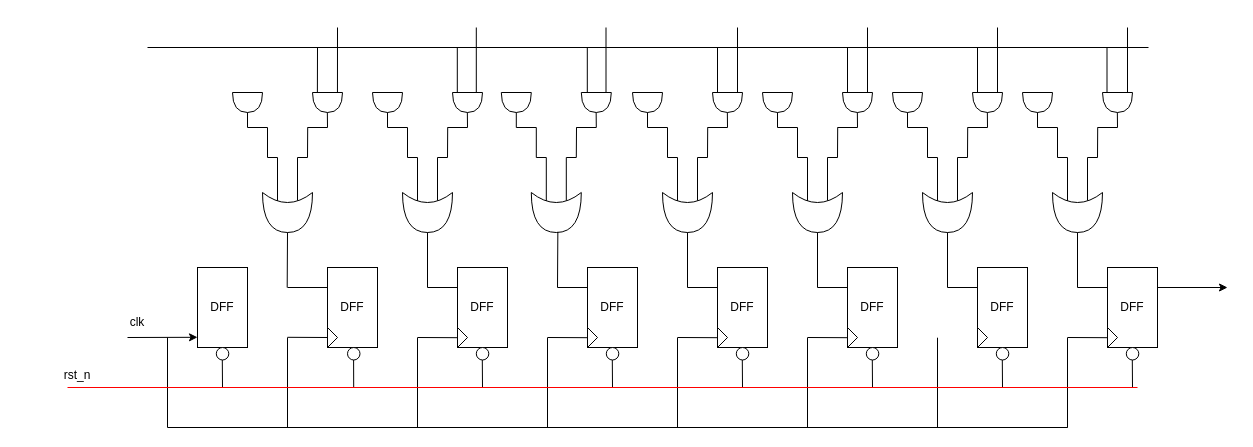
106210049/SIPO_PISO keeps this draw.io diagram as page "PISO" (3 of 4) of Untitled Diagram.drawio. Above is the earlier version. Source tidied: cells renumbered, new cells numbered last; positions are measured from the earlier drawing's top-left corner, leaving out a move shared by most shapes. Both pictures are drawn from the tidied source at 100%, with x=0, y=0 at pixel (47, 27).
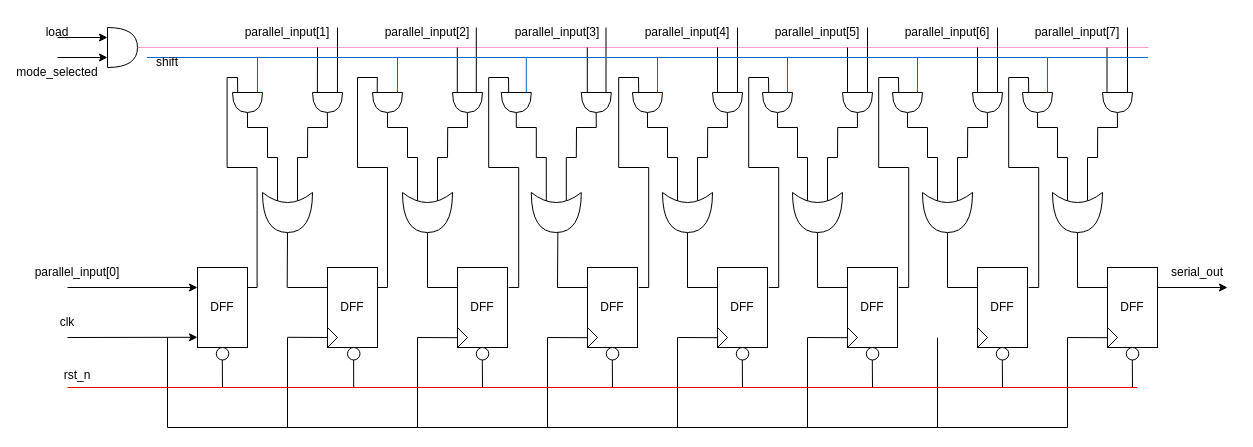
Above is the later version.

The change refers to these unchanged cells:
```xml
<mxCell id="65" style="shape=or;whiteSpace=wrap;html=1;strokeColor=default;align=center;verticalAlign=middle;fontFamily=Helvetica;fontSize=12;fontColor=default;fillColor=default;rotation=90;" parent="1" vertex="1">
  <mxGeometry x="190" y="60" width="20" height="30" as="geometry" />
</mxCell>
<mxCell id="78" style="shape=or;whiteSpace=wrap;html=1;strokeColor=default;align=center;verticalAlign=middle;fontFamily=Helvetica;fontSize=12;fontColor=default;fillColor=default;rotation=90;" parent="1" vertex="1">
  <mxGeometry x="330" y="60" width="20" height="30" as="geometry" />
</mxCell>
```

The edit, as a diff of the source:
```diff
@@
     <mxCell id="18" style="endArrow=classic;html=1;rounded=0;" parent="1" edge="1">
       <mxGeometry relative="1" as="geometry">
-        <mxPoint x="80" y="310" as="sourcePoint" />
+        <mxPoint x="20" y="310" as="sourcePoint" />
         <mxPoint x="150" y="309.8" as="targetPoint" />
       </mxGeometry>
     </mxCell>
@@
     <mxCell id="31" value="clk" style="text;strokeColor=none;align=center;fillColor=none;html=1;verticalAlign=middle;whiteSpace=wrap;rounded=0;" parent="1" vertex="1">
-      <mxGeometry x="60" y="280" width="60" height="30" as="geometry" />
+      <mxGeometry x="-10" y="280" width="60" height="30" as="geometry" />
     </mxCell>
@@
-    <mxCell id="145" style="endArrow=none;html=1;rounded=0;fontFamily=Helvetica;fontSize=12;fontColor=default;" parent="1" edge="1">
+    <mxCell id="145" style="endArrow=none;html=1;rounded=0;fontFamily=Helvetica;fontSize=12;fontColor=default;exitX=1;exitY=0.5;exitDx=0;exitDy=0;exitPerimeter=0;strokeColor=#FF99CC;" parent="1" edge="1" source="225">
       <mxGeometry relative="1" as="geometry">
-        <mxPoint x="100" y="20" as="sourcePoint" />
         <mxPoint x="1101" y="20" as="targetPoint" />
       </mxGeometry>
     </mxCell>
@@
+    <mxCell id="173" style="endArrow=none;html=1;rounded=0;fontFamily=Helvetica;fontSize=12;fontColor=default;strokeColor=#0066CC;" parent="1" edge="1">
+      <mxGeometry relative="1" as="geometry">
+        <mxPoint x="99.5" y="30" as="sourcePoint" />
+        <mxPoint x="1100.5" y="30" as="targetPoint" />
+      </mxGeometry>
+    </mxCell>
+    <mxCell id="174" style="endArrow=none;html=1;rounded=0;fontFamily=Helvetica;fontSize=12;fontColor=default;" parent="1" edge="1">
+      <mxGeometry relative="1" as="geometry">
+        <mxPoint x="330" y="260" as="sourcePoint" />
+        <mxPoint x="340" y="260" as="targetPoint" />
+      </mxGeometry>
+    </mxCell>
+    <mxCell id="175" style="endArrow=none;html=1;rounded=0;fontFamily=Helvetica;fontSize=12;fontColor=default;" parent="1" edge="1">
+      <mxGeometry relative="1" as="geometry">
+        <mxPoint x="340" y="260" as="sourcePoint" />
+        <mxPoint x="340" y="140" as="targetPoint" />
+      </mxGeometry>
+    </mxCell>
+    <mxCell id="176" style="endArrow=none;html=1;rounded=0;fontFamily=Helvetica;fontSize=12;fontColor=default;" parent="1" edge="1">
+      <mxGeometry relative="1" as="geometry">
+        <mxPoint x="310" y="140" as="sourcePoint" />
+        <mxPoint x="340" y="140" as="targetPoint" />
+      </mxGeometry>
+    </mxCell>
+    <mxCell id="177" style="endArrow=none;html=1;rounded=0;fontFamily=Helvetica;fontSize=12;fontColor=default;" parent="1" edge="1">
+      <mxGeometry relative="1" as="geometry">
+        <mxPoint x="310" y="140" as="sourcePoint" />
+        <mxPoint x="310" y="50" as="targetPoint" />
+      </mxGeometry>
+    </mxCell>
+    <mxCell id="178" style="endArrow=none;html=1;rounded=0;fontFamily=Helvetica;fontSize=12;fontColor=default;" parent="1" edge="1">
+      <mxGeometry relative="1" as="geometry">
+        <mxPoint x="310" y="50" as="sourcePoint" />
+        <mxPoint x="330" y="50" as="targetPoint" />
+      </mxGeometry>
+    </mxCell>
+    <mxCell id="179" style="endArrow=none;html=1;rounded=0;fontFamily=Helvetica;fontSize=12;fontColor=default;exitX=-0.008;exitY=0.843;exitDx=0;exitDy=0;exitPerimeter=0;" parent="1" edge="1" source="78">
+      <mxGeometry relative="1" as="geometry">
+        <mxPoint x="329.8" y="50" as="targetPoint" />
+      </mxGeometry>
+    </mxCell>
+    <mxCell id="180" style="endArrow=none;html=1;rounded=0;fontFamily=Helvetica;fontSize=12;fontColor=default;" parent="1" edge="1">
+      <mxGeometry relative="1" as="geometry">
+        <mxPoint x="461.2" y="260" as="sourcePoint" />
+        <mxPoint x="471.2" y="260" as="targetPoint" />
+      </mxGeometry>
+    </mxCell>
+    <mxCell id="181" style="endArrow=none;html=1;rounded=0;fontFamily=Helvetica;fontSize=12;fontColor=default;" parent="1" edge="1">
+      <mxGeometry relative="1" as="geometry">
+        <mxPoint x="471.2" y="260" as="sourcePoint" />
+        <mxPoint x="471.2" y="140" as="targetPoint" />
+      </mxGeometry>
+    </mxCell>
+    <mxCell id="182" style="endArrow=none;html=1;rounded=0;fontFamily=Helvetica;fontSize=12;fontColor=default;" parent="1" edge="1">
+      <mxGeometry relative="1" as="geometry">
+        <mxPoint x="441.2" y="140" as="sourcePoint" />
+        <mxPoint x="471.2" y="140" as="targetPoint" />
+      </mxGeometry>
+    </mxCell>
+    <mxCell id="183" style="endArrow=none;html=1;rounded=0;fontFamily=Helvetica;fontSize=12;fontColor=default;" parent="1" edge="1">
+      <mxGeometry relative="1" as="geometry">
+        <mxPoint x="441.2" y="140" as="sourcePoint" />
+        <mxPoint x="441.2" y="50" as="targetPoint" />
+      </mxGeometry>
+    </mxCell>
+    <mxCell id="184" style="endArrow=none;html=1;rounded=0;fontFamily=Helvetica;fontSize=12;fontColor=default;" parent="1" edge="1">
+      <mxGeometry relative="1" as="geometry">
+        <mxPoint x="441.2" y="50" as="sourcePoint" />
+        <mxPoint x="461.2" y="50" as="targetPoint" />
+      </mxGeometry>
+    </mxCell>
+    <mxCell id="185" style="endArrow=none;html=1;rounded=0;fontFamily=Helvetica;fontSize=12;fontColor=default;exitX=-0.008;exitY=0.843;exitDx=0;exitDy=0;exitPerimeter=0;" parent="1" edge="1">
+      <mxGeometry relative="1" as="geometry">
+        <mxPoint x="461.2" y="65" as="sourcePoint" />
+        <mxPoint x="461" y="50" as="targetPoint" />
+      </mxGeometry>
+    </mxCell>
+    <mxCell id="186" style="endArrow=none;html=1;rounded=0;fontFamily=Helvetica;fontSize=12;fontColor=default;" parent="1" edge="1">
+      <mxGeometry relative="1" as="geometry">
+        <mxPoint x="591.2" y="260" as="sourcePoint" />
+        <mxPoint x="601.2" y="260" as="targetPoint" />
+      </mxGeometry>
+    </mxCell>
+    <mxCell id="187" style="endArrow=none;html=1;rounded=0;fontFamily=Helvetica;fontSize=12;fontColor=default;" parent="1" edge="1">
+      <mxGeometry relative="1" as="geometry">
+        <mxPoint x="601.2" y="260" as="sourcePoint" />
+        <mxPoint x="601.2" y="140" as="targetPoint" />
+      </mxGeometry>
+    </mxCell>
+    <mxCell id="188" style="endArrow=none;html=1;rounded=0;fontFamily=Helvetica;fontSize=12;fontColor=default;" parent="1" edge="1">
+      <mxGeometry relative="1" as="geometry">
+        <mxPoint x="571.2" y="140" as="sourcePoint" />
+        <mxPoint x="601.2" y="140" as="targetPoint" />
+      </mxGeometry>
+    </mxCell>
+    <mxCell id="189" style="endArrow=none;html=1;rounded=0;fontFamily=Helvetica;fontSize=12;fontColor=default;" parent="1" edge="1">
+      <mxGeometry relative="1" as="geometry">
+        <mxPoint x="571.2" y="140" as="sourcePoint" />
+        <mxPoint x="571.2" y="50" as="targetPoint" />
+      </mxGeometry>
+    </mxCell>
+    <mxCell id="190" style="endArrow=none;html=1;rounded=0;fontFamily=Helvetica;fontSize=12;fontColor=default;" parent="1" edge="1">
+      <mxGeometry relative="1" as="geometry">
+        <mxPoint x="571.2" y="50" as="sourcePoint" />
+        <mxPoint x="591.2" y="50" as="targetPoint" />
+      </mxGeometry>
+    </mxCell>
+    <mxCell id="191" style="endArrow=none;html=1;rounded=0;fontFamily=Helvetica;fontSize=12;fontColor=default;exitX=-0.008;exitY=0.843;exitDx=0;exitDy=0;exitPerimeter=0;" parent="1" edge="1">
+      <mxGeometry relative="1" as="geometry">
+        <mxPoint x="591.2" y="65" as="sourcePoint" />
+        <mxPoint x="591" y="50" as="targetPoint" />
+      </mxGeometry>
+    </mxCell>
+    <mxCell id="192" style="endArrow=none;html=1;rounded=0;fontFamily=Helvetica;fontSize=12;fontColor=default;" parent="1" edge="1">
+      <mxGeometry relative="1" as="geometry">
+        <mxPoint x="721.2" y="260" as="sourcePoint" />
+        <mxPoint x="731.2" y="260" as="targetPoint" />
+      </mxGeometry>
+    </mxCell>
+    <mxCell id="193" style="endArrow=none;html=1;rounded=0;fontFamily=Helvetica;fontSize=12;fontColor=default;" parent="1" edge="1">
+      <mxGeometry relative="1" as="geometry">
+        <mxPoint x="731.2" y="260" as="sourcePoint" />
+        <mxPoint x="731.2" y="140" as="targetPoint" />
+      </mxGeometry>
+    </mxCell>
+    <mxCell id="194" style="endArrow=none;html=1;rounded=0;fontFamily=Helvetica;fontSize=12;fontColor=default;" parent="1" edge="1">
+      <mxGeometry relative="1" as="geometry">
+        <mxPoint x="701.2" y="140" as="sourcePoint" />
+        <mxPoint x="731.2" y="140" as="targetPoint" />
+      </mxGeometry>
+    </mxCell>
+    <mxCell id="195" style="endArrow=none;html=1;rounded=0;fontFamily=Helvetica;fontSize=12;fontColor=default;" parent="1" edge="1">
+      <mxGeometry relative="1" as="geometry">
+        <mxPoint x="701.2" y="140" as="sourcePoint" />
+        <mxPoint x="701.2" y="50" as="targetPoint" />
+      </mxGeometry>
+    </mxCell>
+    <mxCell id="196" style="endArrow=none;html=1;rounded=0;fontFamily=Helvetica;fontSize=12;fontColor=default;" parent="1" edge="1">
+      <mxGeometry relative="1" as="geometry">
+        <mxPoint x="701.2" y="50" as="sourcePoint" />
+        <mxPoint x="721.2" y="50" as="targetPoint" />
+      </mxGeometry>
+    </mxCell>
+    <mxCell id="197" style="endArrow=none;html=1;rounded=0;fontFamily=Helvetica;fontSize=12;fontColor=default;exitX=-0.008;exitY=0.843;exitDx=0;exitDy=0;exitPerimeter=0;" parent="1" edge="1">
+      <mxGeometry relative="1" as="geometry">
+        <mxPoint x="721.2" y="65" as="sourcePoint" />
+        <mxPoint x="721" y="50" as="targetPoint" />
+      </mxGeometry>
+    </mxCell>
+    <mxCell id="198" style="endArrow=none;html=1;rounded=0;fontFamily=Helvetica;fontSize=12;fontColor=default;" parent="1" edge="1">
+      <mxGeometry relative="1" as="geometry">
+        <mxPoint x="851.2" y="260" as="sourcePoint" />
+        <mxPoint x="861.2" y="260" as="targetPoint" />
+      </mxGeometry>
+    </mxCell>
+    <mxCell id="199" style="endArrow=none;html=1;rounded=0;fontFamily=Helvetica;fontSize=12;fontColor=default;" parent="1" edge="1">
+      <mxGeometry relative="1" as="geometry">
+        <mxPoint x="861.2" y="260" as="sourcePoint" />
+        <mxPoint x="861.2" y="140" as="targetPoint" />
+      </mxGeometry>
+    </mxCell>
+    <mxCell id="200" style="endArrow=none;html=1;rounded=0;fontFamily=Helvetica;fontSize=12;fontColor=default;" parent="1" edge="1">
+      <mxGeometry relative="1" as="geometry">
+        <mxPoint x="831.2" y="140" as="sourcePoint" />
+        <mxPoint x="861.2" y="140" as="targetPoint" />
+      </mxGeometry>
+    </mxCell>
+    <mxCell id="201" style="endArrow=none;html=1;rounded=0;fontFamily=Helvetica;fontSize=12;fontColor=default;" parent="1" edge="1">
+      <mxGeometry relative="1" as="geometry">
+        <mxPoint x="831.2" y="140" as="sourcePoint" />
+        <mxPoint x="831.2" y="50" as="targetPoint" />
+      </mxGeometry>
+    </mxCell>
+    <mxCell id="202" style="endArrow=none;html=1;rounded=0;fontFamily=Helvetica;fontSize=12;fontColor=default;" parent="1" edge="1">
+      <mxGeometry relative="1" as="geometry">
+        <mxPoint x="831.2" y="50" as="sourcePoint" />
+        <mxPoint x="851.2" y="50" as="targetPoint" />
+      </mxGeometry>
+    </mxCell>
+    <mxCell id="203" style="endArrow=none;html=1;rounded=0;fontFamily=Helvetica;fontSize=12;fontColor=default;exitX=-0.008;exitY=0.843;exitDx=0;exitDy=0;exitPerimeter=0;" parent="1" edge="1">
+      <mxGeometry relative="1" as="geometry">
+        <mxPoint x="851.2" y="65" as="sourcePoint" />
+        <mxPoint x="851" y="50" as="targetPoint" />
+      </mxGeometry>
+    </mxCell>
+    <mxCell id="204" style="endArrow=none;html=1;rounded=0;fontFamily=Helvetica;fontSize=12;fontColor=default;" parent="1" edge="1">
+      <mxGeometry relative="1" as="geometry">
+        <mxPoint x="981.2" y="260" as="sourcePoint" />
+        <mxPoint x="991.2" y="260" as="targetPoint" />
+      </mxGeometry>
+    </mxCell>
+    <mxCell id="205" style="endArrow=none;html=1;rounded=0;fontFamily=Helvetica;fontSize=12;fontColor=default;" parent="1" edge="1">
+      <mxGeometry relative="1" as="geometry">
+        <mxPoint x="991.2" y="260" as="sourcePoint" />
+        <mxPoint x="991.2" y="140" as="targetPoint" />
+      </mxGeometry>
+    </mxCell>
+    <mxCell id="206" style="endArrow=none;html=1;rounded=0;fontFamily=Helvetica;fontSize=12;fontColor=default;" parent="1" edge="1">
+      <mxGeometry relative="1" as="geometry">
+        <mxPoint x="961.2" y="140" as="sourcePoint" />
+        <mxPoint x="991.2" y="140" as="targetPoint" />
+      </mxGeometry>
+    </mxCell>
+    <mxCell id="207" style="endArrow=none;html=1;rounded=0;fontFamily=Helvetica;fontSize=12;fontColor=default;" parent="1" edge="1">
+      <mxGeometry relative="1" as="geometry">
+        <mxPoint x="961.2" y="140" as="sourcePoint" />
+        <mxPoint x="961.2" y="50" as="targetPoint" />
+      </mxGeometry>
+    </mxCell>
+    <mxCell id="208" style="endArrow=none;html=1;rounded=0;fontFamily=Helvetica;fontSize=12;fontColor=default;" parent="1" edge="1">
+      <mxGeometry relative="1" as="geometry">
+        <mxPoint x="961.2" y="50" as="sourcePoint" />
+        <mxPoint x="981.2" y="50" as="targetPoint" />
+      </mxGeometry>
+    </mxCell>
+    <mxCell id="209" style="endArrow=none;html=1;rounded=0;fontFamily=Helvetica;fontSize=12;fontColor=default;exitX=-0.008;exitY=0.843;exitDx=0;exitDy=0;exitPerimeter=0;" parent="1" edge="1">
+      <mxGeometry relative="1" as="geometry">
+        <mxPoint x="981.2" y="65" as="sourcePoint" />
+        <mxPoint x="981" y="50" as="targetPoint" />
+      </mxGeometry>
+    </mxCell>
+    <mxCell id="210" style="endArrow=none;html=1;rounded=0;fontFamily=Helvetica;fontSize=12;fontColor=default;" parent="1" edge="1">
+      <mxGeometry relative="1" as="geometry">
+        <mxPoint x="199.6" y="260" as="sourcePoint" />
+        <mxPoint x="209.6" y="260" as="targetPoint" />
+      </mxGeometry>
+    </mxCell>
+    <mxCell id="211" style="endArrow=none;html=1;rounded=0;fontFamily=Helvetica;fontSize=12;fontColor=default;" parent="1" edge="1">
+      <mxGeometry relative="1" as="geometry">
+        <mxPoint x="209.6" y="260" as="sourcePoint" />
+        <mxPoint x="209.6" y="140" as="targetPoint" />
+      </mxGeometry>
+    </mxCell>
+    <mxCell id="212" style="endArrow=none;html=1;rounded=0;fontFamily=Helvetica;fontSize=12;fontColor=default;" parent="1" edge="1">
+      <mxGeometry relative="1" as="geometry">
+        <mxPoint x="179.6" y="140" as="sourcePoint" />
+        <mxPoint x="209.6" y="140" as="targetPoint" />
+      </mxGeometry>
+    </mxCell>
+    <mxCell id="213" style="endArrow=none;html=1;rounded=0;fontFamily=Helvetica;fontSize=12;fontColor=default;" parent="1" edge="1">
+      <mxGeometry relative="1" as="geometry">
+        <mxPoint x="179.6" y="140" as="sourcePoint" />
+        <mxPoint x="179.6" y="50" as="targetPoint" />
+      </mxGeometry>
+    </mxCell>
+    <mxCell id="214" style="endArrow=none;html=1;rounded=0;fontFamily=Helvetica;fontSize=12;fontColor=default;" parent="1" edge="1">
+      <mxGeometry relative="1" as="geometry">
+        <mxPoint x="179.6" y="50" as="sourcePoint" />
+        <mxPoint x="190" y="50" as="targetPoint" />
+      </mxGeometry>
+    </mxCell>
+    <mxCell id="215" style="endArrow=none;html=1;rounded=0;fontFamily=Helvetica;fontSize=12;fontColor=default;exitX=-0.008;exitY=0.843;exitDx=0;exitDy=0;exitPerimeter=0;" parent="1" edge="1">
+      <mxGeometry relative="1" as="geometry">
+        <mxPoint x="190.2" y="65" as="sourcePoint" />
+        <mxPoint x="190" y="50" as="targetPoint" />
+      </mxGeometry>
+    </mxCell>
+    <mxCell id="216" style="endArrow=none;html=1;rounded=0;fontFamily=Helvetica;fontSize=12;fontColor=default;exitX=-0.007;exitY=0.168;exitDx=0;exitDy=0;exitPerimeter=0;strokeColor=#0066CC;" parent="1" edge="1" source="65">
+      <mxGeometry relative="1" as="geometry">
+        <mxPoint x="210" y="30" as="targetPoint" />
+      </mxGeometry>
+    </mxCell>
+    <mxCell id="217" style="endArrow=none;html=1;rounded=0;fontFamily=Helvetica;fontSize=12;fontColor=default;exitX=-0.007;exitY=0.168;exitDx=0;exitDy=0;exitPerimeter=0;strokeColor=#0066CC;" parent="1" edge="1">
+      <mxGeometry relative="1" as="geometry">
+        <mxPoint x="350" y="65" as="sourcePoint" />
+        <mxPoint x="350" y="30" as="targetPoint" />
+      </mxGeometry>
+    </mxCell>
+    <mxCell id="218" style="endArrow=none;html=1;rounded=0;fontFamily=Helvetica;fontSize=12;fontColor=default;exitX=-0.007;exitY=0.168;exitDx=0;exitDy=0;exitPerimeter=0;strokeColor=#0066CC;" parent="1" edge="1">
+      <mxGeometry relative="1" as="geometry">
+        <mxPoint x="478.8" y="65" as="sourcePoint" />
+        <mxPoint x="478.8" y="30" as="targetPoint" />
+      </mxGeometry>
+    </mxCell>
+    <mxCell id="219" style="endArrow=none;html=1;rounded=0;fontFamily=Helvetica;fontSize=12;fontColor=default;exitX=-0.007;exitY=0.168;exitDx=0;exitDy=0;exitPerimeter=0;strokeColor=#0066CC;" parent="1" edge="1">
+      <mxGeometry relative="1" as="geometry">
+        <mxPoint x="610" y="65" as="sourcePoint" />
+        <mxPoint x="610" y="30" as="targetPoint" />
+      </mxGeometry>
+    </mxCell>
+    <mxCell id="220" style="endArrow=none;html=1;rounded=0;fontFamily=Helvetica;fontSize=12;fontColor=default;exitX=-0.007;exitY=0.168;exitDx=0;exitDy=0;exitPerimeter=0;strokeColor=#0066CC;" parent="1" edge="1">
+      <mxGeometry relative="1" as="geometry">
+        <mxPoint x="740" y="65" as="sourcePoint" />
+        <mxPoint x="740" y="30" as="targetPoint" />
+      </mxGeometry>
+    </mxCell>
+    <mxCell id="221" style="endArrow=none;html=1;rounded=0;fontFamily=Helvetica;fontSize=12;fontColor=default;exitX=-0.007;exitY=0.168;exitDx=0;exitDy=0;exitPerimeter=0;strokeColor=#0066CC;" parent="1" edge="1">
+      <mxGeometry relative="1" as="geometry">
+        <mxPoint x="870" y="65" as="sourcePoint" />
+        <mxPoint x="870" y="30" as="targetPoint" />
+      </mxGeometry>
+    </mxCell>
+    <mxCell id="222" style="endArrow=none;html=1;rounded=0;fontFamily=Helvetica;fontSize=12;fontColor=default;exitX=-0.007;exitY=0.168;exitDx=0;exitDy=0;exitPerimeter=0;strokeColor=#0066CC;" parent="1" edge="1">
+      <mxGeometry relative="1" as="geometry">
+        <mxPoint x="1000" y="65" as="sourcePoint" />
+        <mxPoint x="1000" y="30" as="targetPoint" />
+      </mxGeometry>
+    </mxCell>
+    <mxCell id="223" style="endArrow=classic;html=1;rounded=0;fontFamily=Helvetica;fontSize=12;fontColor=default;" parent="1" edge="1">
+      <mxGeometry relative="1" as="geometry">
+        <mxPoint x="20" y="260" as="sourcePoint" />
+        <mxPoint x="150" y="260" as="targetPoint" />
+      </mxGeometry>
+    </mxCell>
+    <mxCell id="224" value="shift" style="text;strokeColor=none;align=center;fillColor=none;html=1;verticalAlign=middle;whiteSpace=wrap;rounded=0;fontFamily=Helvetica;fontSize=12;fontColor=default;" parent="1" vertex="1">
+      <mxGeometry x="90" y="20" width="60" height="30" as="geometry" />
+    </mxCell>
+    <mxCell id="225" style="shape=or;whiteSpace=wrap;html=1;strokeColor=default;align=center;verticalAlign=middle;fontFamily=Helvetica;fontSize=12;fontColor=default;fillColor=default;" parent="1" vertex="1">
+      <mxGeometry x="60" width="30" height="40" as="geometry" />
+    </mxCell>
+    <mxCell id="226" style="endArrow=classic;html=1;rounded=0;fontFamily=Helvetica;fontSize=12;fontColor=default;" parent="1" edge="1">
+      <mxGeometry relative="1" as="geometry">
+        <mxPoint x="10" y="10" as="sourcePoint" />
+        <mxPoint x="60" y="10" as="targetPoint" />
+      </mxGeometry>
+    </mxCell>
+    <mxCell id="227" style="endArrow=classic;html=1;rounded=0;fontFamily=Helvetica;fontSize=12;fontColor=default;" parent="1" edge="1">
+      <mxGeometry relative="1" as="geometry">
+        <mxPoint x="10" y="30" as="sourcePoint" />
+        <mxPoint x="60" y="30" as="targetPoint" />
+      </mxGeometry>
+    </mxCell>
+    <mxCell id="228" value="load" style="text;strokeColor=none;align=center;fillColor=none;html=1;verticalAlign=middle;whiteSpace=wrap;rounded=0;fontFamily=Helvetica;fontSize=12;fontColor=default;" parent="1" vertex="1">
+      <mxGeometry x="-20" y="-10" width="60" height="30" as="geometry" />
+    </mxCell>
+    <mxCell id="229" value="mode_selected" style="text;strokeColor=none;align=center;fillColor=none;html=1;verticalAlign=middle;whiteSpace=wrap;rounded=0;fontFamily=Helvetica;fontSize=12;fontColor=default;" parent="1" vertex="1">
+      <mxGeometry x="-20" y="30" width="60" height="30" as="geometry" />
+    </mxCell>
+    <mxCell id="230" value="parallel_input[0]" style="text;strokeColor=none;align=center;fillColor=none;html=1;verticalAlign=middle;whiteSpace=wrap;rounded=0;fontFamily=Helvetica;fontSize=12;fontColor=default;" parent="1" vertex="1">
+      <mxGeometry y="230" width="60" height="30" as="geometry" />
+    </mxCell>
+    <mxCell id="231" value="parallel_input[1]" style="text;strokeColor=none;align=center;fillColor=none;html=1;verticalAlign=middle;whiteSpace=wrap;rounded=0;fontFamily=Helvetica;fontSize=12;fontColor=default;" parent="1" vertex="1">
+      <mxGeometry x="210" y="-10" width="60" height="30" as="geometry" />
+    </mxCell>
+    <mxCell id="232" value="parallel_input[2]" style="text;strokeColor=none;align=center;fillColor=none;html=1;verticalAlign=middle;whiteSpace=wrap;rounded=0;fontFamily=Helvetica;fontSize=12;fontColor=default;" parent="1" vertex="1">
+      <mxGeometry x="330" y="-10" width="100" height="30" as="geometry" />
+    </mxCell>
+    <mxCell id="233" value="parallel_input[3]" style="text;strokeColor=none;align=center;fillColor=none;html=1;verticalAlign=middle;whiteSpace=wrap;rounded=0;fontFamily=Helvetica;fontSize=12;fontColor=default;" parent="1" vertex="1">
+      <mxGeometry x="460" y="-10" width="100" height="30" as="geometry" />
+    </mxCell>
+    <mxCell id="234" value="parallel_input[4]" style="text;strokeColor=none;align=center;fillColor=none;html=1;verticalAlign=middle;whiteSpace=wrap;rounded=0;fontFamily=Helvetica;fontSize=12;fontColor=default;" parent="1" vertex="1">
+      <mxGeometry x="590" y="-10" width="100" height="30" as="geometry" />
+    </mxCell>
+    <mxCell id="235" value="parallel_input[5]" style="text;strokeColor=none;align=center;fillColor=none;html=1;verticalAlign=middle;whiteSpace=wrap;rounded=0;fontFamily=Helvetica;fontSize=12;fontColor=default;" parent="1" vertex="1">
+      <mxGeometry x="720" y="-10" width="100" height="30" as="geometry" />
+    </mxCell>
+    <mxCell id="236" value="parallel_input[6]" style="text;strokeColor=none;align=center;fillColor=none;html=1;verticalAlign=middle;whiteSpace=wrap;rounded=0;fontFamily=Helvetica;fontSize=12;fontColor=default;" parent="1" vertex="1">
+      <mxGeometry x="850" y="-10" width="100" height="30" as="geometry" />
+    </mxCell>
+    <mxCell id="237" value="parallel_input[7]" style="text;strokeColor=none;align=center;fillColor=none;html=1;verticalAlign=middle;whiteSpace=wrap;rounded=0;fontFamily=Helvetica;fontSize=12;fontColor=default;" parent="1" vertex="1">
+      <mxGeometry x="980" y="-10" width="100" height="30" as="geometry" />
+    </mxCell>
+    <mxCell id="238" value="serial_out" style="text;strokeColor=none;align=center;fillColor=none;html=1;verticalAlign=middle;whiteSpace=wrap;rounded=0;fontFamily=Helvetica;fontSize=12;fontColor=default;" parent="1" vertex="1">
+      <mxGeometry x="1120" y="230" width="60" height="30" as="geometry" />
+    </mxCell>
```
